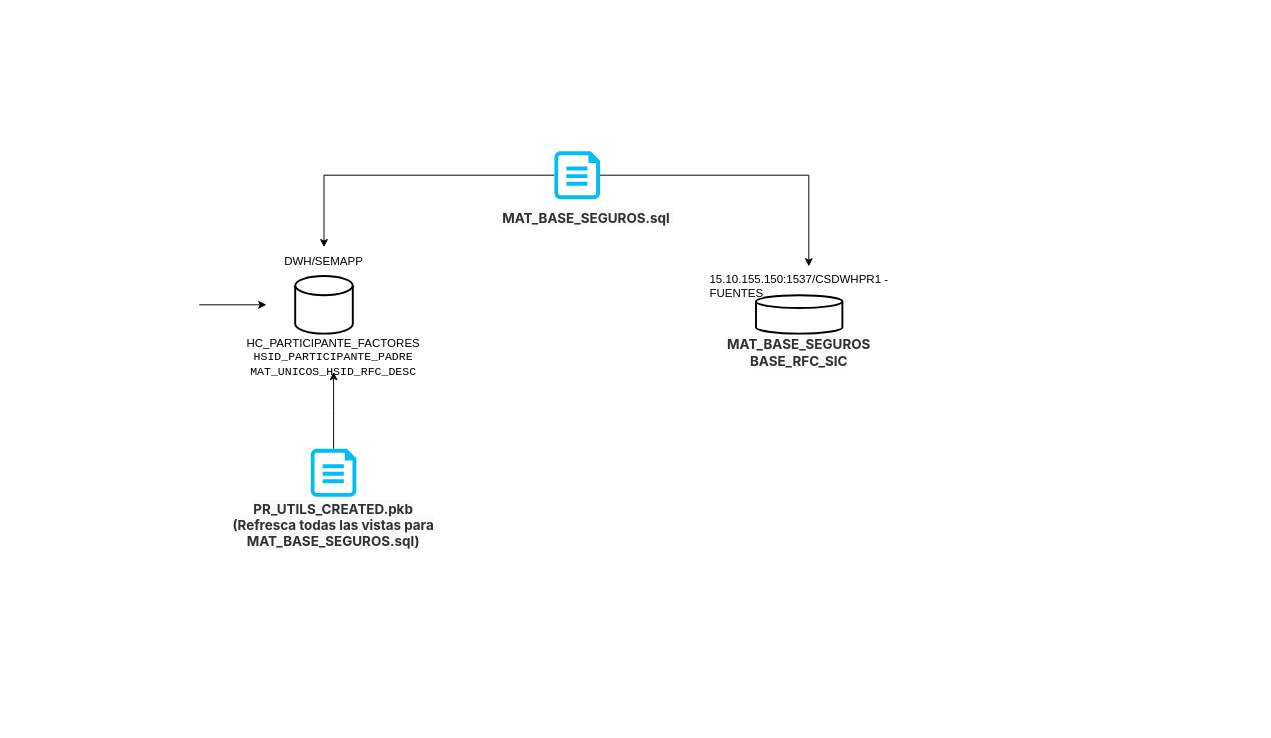
endoeca2/Diagramas keeps this draw.io diagram as Untitled Diagram.drawio. Above is the earlier version. Source tidied: cells renumbered, new cells numbered last; positions are measured from the earlier drawing's top-left corner, leaving out a move shared by most shapes. Both pictures are drawn from the tidied source at 96%, with x=0, y=0 at pixel (199, 151).
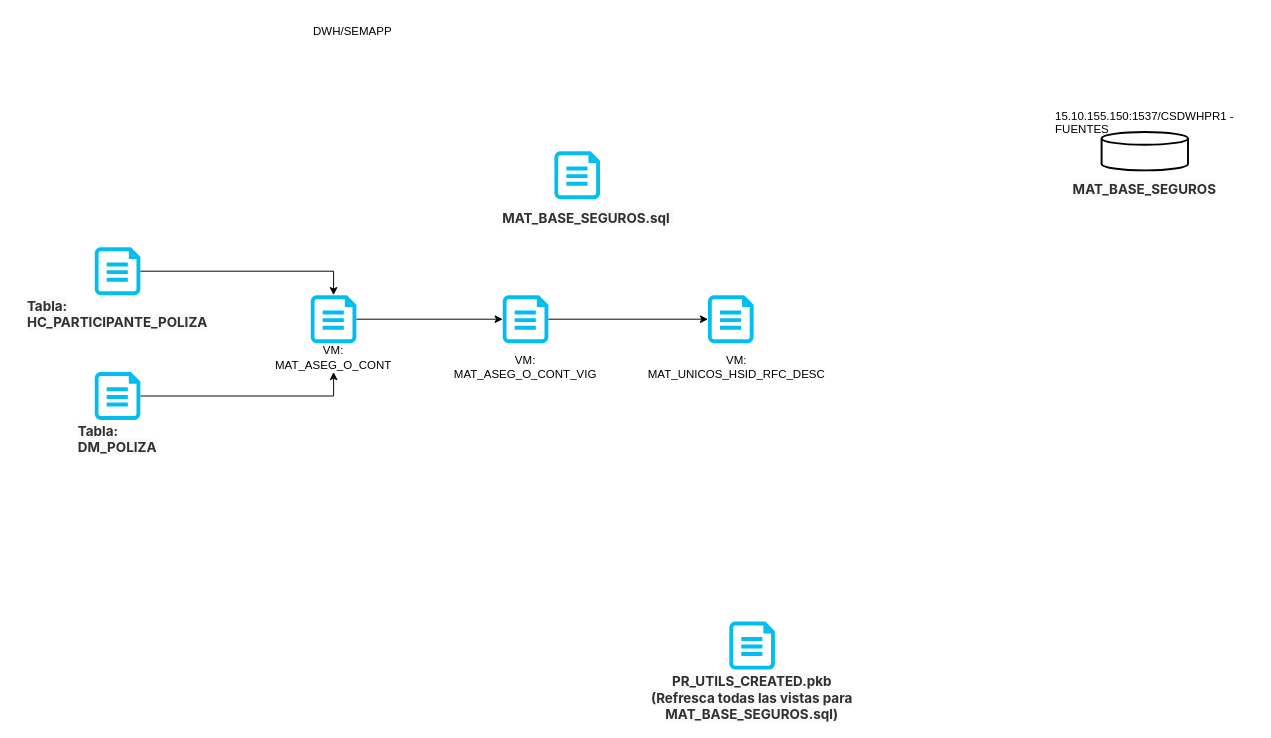
The same page after the edit.

The change refers to these unchanged cells:
```xml
<mxCell id="10" style="verticalLabelPosition=bottom;html=1;verticalAlign=top;align=center;strokeColor=none;fillColor=#00BEF2;shape=mxgraph.azure.cloud_services_configuration_file;" parent="1" vertex="1">
  <mxGeometry x="370" width="47.5" height="50" as="geometry" />
</mxCell>
```

The edit, as a diff of the source:
```diff
@@
-    <mxCell id="2" style="edgeStyle=orthogonalEdgeStyle;rounded=0;orthogonalLoop=1;jettySize=auto;html=1;" parent="1" edge="1">
-      <mxGeometry relative="1" as="geometry">
-        <mxPoint y="160" as="sourcePoint" />
-        <mxPoint x="70" y="160" as="targetPoint" />
-      </mxGeometry>
-    </mxCell>
-    <mxCell id="3" style="strokeWidth=2;html=1;shape=mxgraph.flowchart.database;whiteSpace=wrap;" parent="1" vertex="1">
-      <mxGeometry x="100" y="130" width="60" height="60" as="geometry" />
-    </mxCell>
-    <mxCell id="4" value="HC_PARTICIPANTE_FACTORES&lt;div&gt;&lt;code&gt;HSID_PARTICIPANTE_PADRE&lt;/code&gt;&lt;/div&gt;&lt;div&gt;&lt;code&gt;&lt;code&gt;MAT_UNICOS_HSID_RFC_DESC&lt;/code&gt;&lt;/code&gt;&lt;/div&gt;" style="text;html=1;whiteSpace=wrap;strokeColor=none;fillColor=none;align=center;verticalAlign=middle;rounded=0;" parent="1" vertex="1">
+    <mxCell id="4" value="VM: MAT_ASEG_O_CONT" style="text;html=1;whiteSpace=wrap;strokeColor=none;fillColor=none;align=center;verticalAlign=middle;rounded=0;" parent="1" vertex="1">
       <mxGeometry x="110" y="200" width="60" height="30" as="geometry" />
     </mxCell>
     <mxCell id="5" value="DWH/SEMAPP" style="text;html=1;whiteSpace=wrap;strokeColor=none;fillColor=none;align=center;verticalAlign=middle;rounded=0;" parent="1" vertex="1">
-      <mxGeometry x="70" y="100" width="120" height="30" as="geometry" />
+      <mxGeometry x="100" y="-140" width="120" height="30" as="geometry" />
     </mxCell>
     <mxCell id="6" value="15.10.155.150:1537/CSDWHPR1 - FUENTES&#10;" style="text;whiteSpace=wrap;" parent="1" vertex="1">
-      <mxGeometry x="530" y="120" width="210" height="40" as="geometry" />
+      <mxGeometry x="890" y="-50" width="210" height="40" as="geometry" />
     </mxCell>
     <mxCell id="7" style="strokeWidth=2;html=1;shape=mxgraph.flowchart.database;whiteSpace=wrap;" parent="1" vertex="1">
-      <mxGeometry x="580" y="150" width="90" height="40" as="geometry" />
+      <mxGeometry x="940" y="-20" width="90" height="40" as="geometry" />
     </mxCell>
-    <mxCell id="8" style="edgeStyle=orthogonalEdgeStyle;rounded=0;jettySize=auto;html=1;entryX=0.5;entryY=0;entryDx=0;entryDy=0;" parent="1" edge="1" source="10" target="5">
-      <mxGeometry relative="1" as="geometry" />
-    </mxCell>
-    <mxCell id="9" style="edgeStyle=orthogonalEdgeStyle;rounded=0;jettySize=auto;html=1;" parent="1" edge="1" source="10" target="6">
-      <mxGeometry relative="1" as="geometry" />
-    </mxCell>
@@
-    <mxCell id="12" value="&lt;strong class=&quot;file-title-name gl-word-break-all&quot; style=&quot;box-sizing: border-box; font-weight: bold; word-break: break-all; color: rgb(48, 48, 48); font-family: -apple-system, BlinkMacSystemFont, &amp;quot;Segoe UI&amp;quot;, Roboto, &amp;quot;Noto Sans&amp;quot;, Ubuntu, Cantarell, &amp;quot;Helvetica Neue&amp;quot;, sans-serif, &amp;quot;Apple Color Emoji&amp;quot;, &amp;quot;Segoe UI Emoji&amp;quot;, &amp;quot;Segoe UI Symbol&amp;quot;, &amp;quot;Noto Color Emoji&amp;quot;; font-size: 14px; text-align: left; background-color: rgb(250, 250, 250);&quot;&gt;MAT_BASE_SEGUROS&lt;/strong&gt;&lt;div&gt;&lt;span class=&quot;file-title-name gl-word-break-all&quot; style=&quot;box-sizing: border-box; word-break: break-all; text-align: left; background-color: rgb(250, 250, 250); color: rgb(48, 48, 48);&quot;&gt;&lt;font color=&quot;#303030&quot; face=&quot;-apple-system, BlinkMacSystemFont, Segoe UI, Roboto, Noto Sans, Ubuntu, Cantarell, Helvetica Neue, sans-serif, Apple Color Emoji, Segoe UI Emoji, Segoe UI Symbol, Noto Color Emoji&quot;&gt;&lt;span style=&quot;font-size: 14px;&quot;&gt;&lt;b&gt;BASE_RFC_SIC&lt;/b&gt;&lt;/span&gt;&lt;/font&gt;&lt;/span&gt;&lt;/div&gt;" style="text;html=1;whiteSpace=wrap;strokeColor=none;fillColor=none;align=center;verticalAlign=middle;rounded=0;" parent="1" vertex="1">
-      <mxGeometry x="520" y="200" width="210" height="20" as="geometry" />
+    <mxCell id="12" value="&lt;strong class=&quot;file-title-name gl-word-break-all&quot; style=&quot;box-sizing: border-box; font-weight: bold; word-break: break-all; color: rgb(48, 48, 48); font-family: -apple-system, BlinkMacSystemFont, &amp;quot;Segoe UI&amp;quot;, Roboto, &amp;quot;Noto Sans&amp;quot;, Ubuntu, Cantarell, &amp;quot;Helvetica Neue&amp;quot;, sans-serif, &amp;quot;Apple Color Emoji&amp;quot;, &amp;quot;Segoe UI Emoji&amp;quot;, &amp;quot;Segoe UI Symbol&amp;quot;, &amp;quot;Noto Color Emoji&amp;quot;; font-size: 14px; text-align: left; background-color: rgb(250, 250, 250);&quot;&gt;MAT_BASE_SEGUROS&lt;/strong&gt;" style="text;html=1;whiteSpace=wrap;strokeColor=none;fillColor=none;align=center;verticalAlign=middle;rounded=0;" parent="1" vertex="1">
+      <mxGeometry x="880" y="30" width="210" height="20" as="geometry" />
     </mxCell>
-    <mxCell id="13" style="edgeStyle=orthogonalEdgeStyle;rounded=0;jettySize=auto;html=1;entryX=0.5;entryY=1;entryDx=0;entryDy=0;" parent="1" edge="1" source="14" target="4">
-      <mxGeometry relative="1" as="geometry" />
-    </mxCell>
     <mxCell id="14" style="verticalLabelPosition=bottom;html=1;verticalAlign=top;align=center;strokeColor=none;fillColor=#00BEF2;shape=mxgraph.azure.cloud_services_configuration_file;" parent="1" vertex="1">
-      <mxGeometry x="116.2" y="310" width="47.5" height="50" as="geometry" />
+      <mxGeometry x="552.2" y="490" width="47.5" height="50" as="geometry" />
     </mxCell>
     <mxCell id="15" value="&lt;strong class=&quot;file-title-name gl-word-break-all&quot; style=&quot;box-sizing: border-box; font-weight: bold; word-break: break-all; color: rgb(48, 48, 48); font-family: -apple-system, BlinkMacSystemFont, &amp;quot;Segoe UI&amp;quot;, Roboto, &amp;quot;Noto Sans&amp;quot;, Ubuntu, Cantarell, &amp;quot;Helvetica Neue&amp;quot;, sans-serif, &amp;quot;Apple Color Emoji&amp;quot;, &amp;quot;Segoe UI Emoji&amp;quot;, &amp;quot;Segoe UI Symbol&amp;quot;, &amp;quot;Noto Color Emoji&amp;quot;; font-size: 14px; text-align: left; background-color: rgb(250, 250, 250);&quot;&gt;PR_UTILS_CREATED.pkb&lt;/strong&gt;&lt;div&gt;&lt;strong class=&quot;file-title-name gl-word-break-all&quot; style=&quot;box-sizing: border-box; font-weight: bold; word-break: break-all; color: rgb(48, 48, 48); font-family: -apple-system, BlinkMacSystemFont, &amp;quot;Segoe UI&amp;quot;, Roboto, &amp;quot;Noto Sans&amp;quot;, Ubuntu, Cantarell, &amp;quot;Helvetica Neue&amp;quot;, sans-serif, &amp;quot;Apple Color Emoji&amp;quot;, &amp;quot;Segoe UI Emoji&amp;quot;, &amp;quot;Segoe UI Symbol&amp;quot;, &amp;quot;Noto Color Emoji&amp;quot;; font-size: 14px; text-align: left; background-color: rgb(250, 250, 250);&quot;&gt;(Refresca todas las vistas para MAT_BASE_SEGUROS.sql)&lt;/strong&gt;&lt;/div&gt;" style="text;html=1;whiteSpace=wrap;strokeColor=none;fillColor=none;align=center;verticalAlign=middle;rounded=0;" parent="1" vertex="1">
-      <mxGeometry x="34.1" y="380" width="211.9" height="20" as="geometry" />
+      <mxGeometry x="470" y="560" width="211.9" height="20" as="geometry" />
     </mxCell>
+    <mxCell id="16" style="verticalLabelPosition=bottom;html=1;verticalAlign=top;align=center;strokeColor=none;fillColor=#00BEF2;shape=mxgraph.azure.cloud_services_configuration_file;" parent="1" vertex="1">
+      <mxGeometry x="-108.8" y="100" width="47.5" height="50" as="geometry" />
+    </mxCell>
+    <mxCell id="17" value="&lt;div style=&quot;text-align: left;&quot;&gt;&lt;font color=&quot;#303030&quot; face=&quot;-apple-system, BlinkMacSystemFont, Segoe UI, Roboto, Noto Sans, Ubuntu, Cantarell, Helvetica Neue, sans-serif, Apple Color Emoji, Segoe UI Emoji, Segoe UI Symbol, Noto Color Emoji&quot;&gt;&lt;span style=&quot;font-size: 14px; background-color: rgb(250, 250, 250);&quot;&gt;&lt;b&gt;Tabla:&lt;/b&gt;&lt;/span&gt;&lt;/font&gt;&lt;/div&gt;&lt;div style=&quot;text-align: left;&quot;&gt;&lt;font color=&quot;#303030&quot; face=&quot;-apple-system, BlinkMacSystemFont, Segoe UI, Roboto, Noto Sans, Ubuntu, Cantarell, Helvetica Neue, sans-serif, Apple Color Emoji, Segoe UI Emoji, Segoe UI Symbol, Noto Color Emoji&quot;&gt;&lt;span style=&quot;font-size: 14px; background-color: rgb(250, 250, 250);&quot;&gt;&lt;b&gt;HC_PARTICIPANTE_POLIZA&lt;/b&gt;&lt;/span&gt;&lt;/font&gt;&lt;/div&gt;" style="text;html=1;whiteSpace=wrap;strokeColor=none;fillColor=none;align=center;verticalAlign=middle;rounded=0;" parent="1" vertex="1">
+      <mxGeometry x="-190" y="160" width="210" height="20" as="geometry" />
+    </mxCell>
+    <mxCell id="18" style="edgeStyle=orthogonalEdgeStyle;rounded=0;jettySize=auto;html=1;entryX=0.5;entryY=1;entryDx=0;entryDy=0;" parent="1" edge="1" source="19" target="4">
+      <mxGeometry relative="1" as="geometry" />
+    </mxCell>
+    <mxCell id="19" style="verticalLabelPosition=bottom;html=1;verticalAlign=top;align=center;strokeColor=none;fillColor=#00BEF2;shape=mxgraph.azure.cloud_services_configuration_file;" parent="1" vertex="1">
+      <mxGeometry x="-108.8" y="230" width="47.5" height="50" as="geometry" />
+    </mxCell>
+    <mxCell id="20" value="&lt;div style=&quot;text-align: left;&quot;&gt;&lt;font color=&quot;#303030&quot; face=&quot;-apple-system, BlinkMacSystemFont, Segoe UI, Roboto, Noto Sans, Ubuntu, Cantarell, Helvetica Neue, sans-serif, Apple Color Emoji, Segoe UI Emoji, Segoe UI Symbol, Noto Color Emoji&quot;&gt;&lt;span style=&quot;font-size: 14px; background-color: rgb(250, 250, 250);&quot;&gt;&lt;b&gt;Tabla:&lt;/b&gt;&lt;/span&gt;&lt;/font&gt;&lt;/div&gt;&lt;div style=&quot;text-align: left;&quot;&gt;&lt;font color=&quot;#303030&quot; face=&quot;-apple-system, BlinkMacSystemFont, Segoe UI, Roboto, Noto Sans, Ubuntu, Cantarell, Helvetica Neue, sans-serif, Apple Color Emoji, Segoe UI Emoji, Segoe UI Symbol, Noto Color Emoji&quot;&gt;&lt;span style=&quot;font-size: 14px; background-color: rgb(250, 250, 250);&quot;&gt;&lt;b&gt;DM_POLIZA&lt;/b&gt;&lt;/span&gt;&lt;/font&gt;&lt;/div&gt;" style="text;html=1;whiteSpace=wrap;strokeColor=none;fillColor=none;align=center;verticalAlign=middle;rounded=0;" parent="1" vertex="1">
+      <mxGeometry x="-190" y="290" width="210" height="20" as="geometry" />
+    </mxCell>
+    <mxCell id="21" style="edgeStyle=orthogonalEdgeStyle;rounded=0;jettySize=auto;html=1;entryX=0.5;entryY=0;entryDx=0;entryDy=0;entryPerimeter=0;" parent="1" edge="1" source="16" target="22">
+      <mxGeometry relative="1" as="geometry" />
+    </mxCell>
+    <mxCell id="22" style="verticalLabelPosition=bottom;html=1;verticalAlign=top;align=center;strokeColor=none;fillColor=#00BEF2;shape=mxgraph.azure.cloud_services_configuration_file;" parent="1" vertex="1">
+      <mxGeometry x="116.2" y="150" width="47.5" height="50" as="geometry" />
+    </mxCell>
+    <mxCell id="23" style="verticalLabelPosition=bottom;html=1;verticalAlign=top;align=center;strokeColor=none;fillColor=#00BEF2;shape=mxgraph.azure.cloud_services_configuration_file;" parent="1" vertex="1">
+      <mxGeometry x="316.2" y="150" width="47.5" height="50" as="geometry" />
+    </mxCell>
+    <mxCell id="24" value="VM: MAT_ASEG_O_CONT_VIG" style="text;html=1;whiteSpace=wrap;strokeColor=none;fillColor=none;align=center;verticalAlign=middle;rounded=0;" parent="1" vertex="1">
+      <mxGeometry x="310" y="210" width="60" height="30" as="geometry" />
+    </mxCell>
+    <mxCell id="25" style="edgeStyle=orthogonalEdgeStyle;rounded=0;jettySize=auto;html=1;entryX=0;entryY=0.5;entryDx=0;entryDy=0;entryPerimeter=0;" parent="1" edge="1" source="22" target="23">
+      <mxGeometry relative="1" as="geometry" />
+    </mxCell>
+    <mxCell id="26" value="VM: MAT_UNICOS_HSID_RFC_DESC" style="text;html=1;whiteSpace=wrap;strokeColor=none;fillColor=none;align=center;verticalAlign=middle;rounded=0;" parent="1" vertex="1">
+      <mxGeometry x="530" y="210" width="60" height="30" as="geometry" />
+    </mxCell>
+    <mxCell id="27" style="verticalLabelPosition=bottom;html=1;verticalAlign=top;align=center;strokeColor=none;fillColor=#00BEF2;shape=mxgraph.azure.cloud_services_configuration_file;" parent="1" vertex="1">
+      <mxGeometry x="530" y="150" width="47.5" height="50" as="geometry" />
+    </mxCell>
+    <mxCell id="28" style="edgeStyle=orthogonalEdgeStyle;rounded=0;jettySize=auto;html=1;entryX=0;entryY=0.5;entryDx=0;entryDy=0;entryPerimeter=0;" parent="1" edge="1" source="23" target="27">
+      <mxGeometry relative="1" as="geometry" />
+    </mxCell>
```
